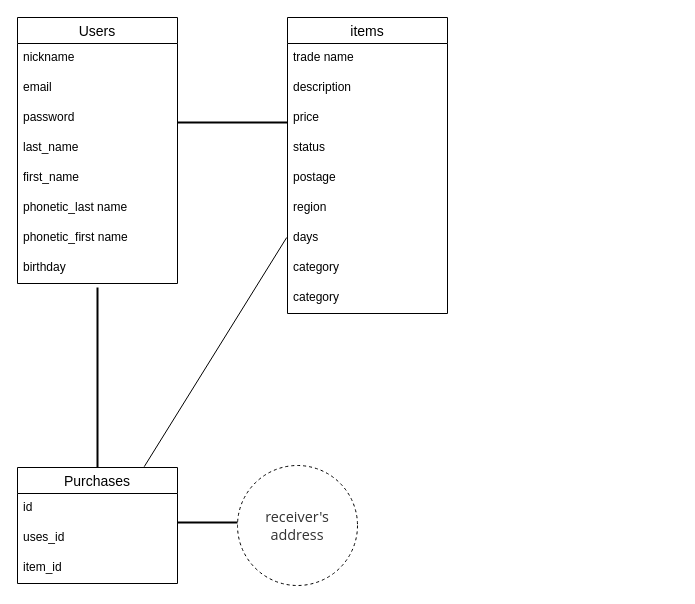
This is ER.dio from dayan73/furima-39820, a draw.io file, before an edit. Source tidied: cells renumbered, new cells numbered last; positions are measured from the earlier drawing's top-left corner, leaving out a move shared by most shapes. Both pictures are drawn from the tidied source at 100%, with x=0, y=0 at pixel (17, 17).
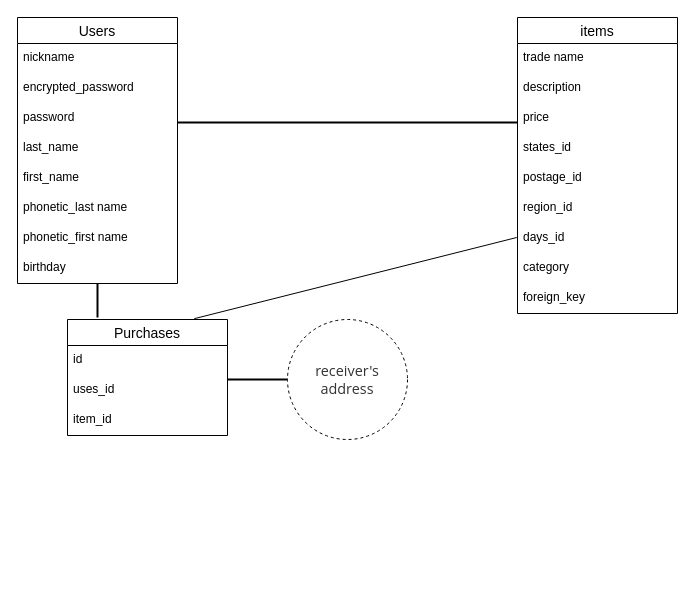
After the change.

The change refers to these unchanged cells:
```xml
<mxCell id="2" value="Users" style="swimlane;fontStyle=0;horizontal=1;startSize=26;align=center;fontSize=14;" parent="1" vertex="1">
  <mxGeometry width="160" height="266" as="geometry" />
</mxCell>
```

What changed in the source:
```diff
@@
-    <mxCell id="4" value="email&#10;" style="text;strokeColor=none;fillColor=none;spacingLeft=4;spacingRight=4;overflow=hidden;fontSize=12;" parent="2" vertex="1">
+    <mxCell id="4" value="encrypted_password" style="text;strokeColor=none;fillColor=none;spacingLeft=4;spacingRight=4;overflow=hidden;fontSize=12;" parent="2" vertex="1">
       <mxGeometry y="56" width="160" height="30" as="geometry" />
     </mxCell>
@@
     <mxCell id="11" value="items" style="swimlane;fontStyle=0;horizontal=1;startSize=26;align=center;fontSize=14;" parent="1" vertex="1">
-      <mxGeometry x="270" width="160" height="296" as="geometry" />
+      <mxGeometry x="500" width="160" height="296" as="geometry" />
     </mxCell>
@@
-    <mxCell id="15" value="status" style="text;strokeColor=none;fillColor=none;spacingLeft=4;spacingRight=4;overflow=hidden;fontSize=12;" parent="11" vertex="1">
+    <mxCell id="15" value="states_id" style="text;strokeColor=none;fillColor=none;spacingLeft=4;spacingRight=4;overflow=hidden;fontSize=12;" parent="11" vertex="1">
       <mxGeometry y="116" width="160" height="30" as="geometry" />
     </mxCell>
-    <mxCell id="16" value="postage  " style="text;strokeColor=none;fillColor=none;spacingLeft=4;spacingRight=4;overflow=hidden;fontSize=12;" parent="11" vertex="1">
+    <mxCell id="16" value="postage_id" style="text;strokeColor=none;fillColor=none;spacingLeft=4;spacingRight=4;overflow=hidden;fontSize=12;" parent="11" vertex="1">
       <mxGeometry y="146" width="160" height="30" as="geometry" />
     </mxCell>
-    <mxCell id="17" value="region" style="text;strokeColor=none;fillColor=none;spacingLeft=4;spacingRight=4;overflow=hidden;fontSize=12;" parent="11" vertex="1">
+    <mxCell id="17" value="region_id" style="text;strokeColor=none;fillColor=none;spacingLeft=4;spacingRight=4;overflow=hidden;fontSize=12;" parent="11" vertex="1">
       <mxGeometry y="176" width="160" height="30" as="geometry" />
     </mxCell>
-    <mxCell id="18" value="days" style="text;strokeColor=none;fillColor=none;spacingLeft=4;spacingRight=4;overflow=hidden;points=[[0,0.5],[1,0.5]];portConstraint=eastwest;fontSize=12;" parent="11" vertex="1">
+    <mxCell id="18" value="days_id            " style="text;strokeColor=none;fillColor=none;spacingLeft=4;spacingRight=4;overflow=hidden;points=[[0,0.5],[1,0.5]];portConstraint=eastwest;fontSize=12;" parent="11" vertex="1">
       <mxGeometry y="206" width="160" height="30" as="geometry" />
     </mxCell>
-    <mxCell id="19" value="category" style="text;strokeColor=none;fillColor=none;spacingLeft=4;spacingRight=4;overflow=hidden;fontSize=12;" parent="11" vertex="1">
+    <mxCell id="19" value="category           " style="text;strokeColor=none;fillColor=none;spacingLeft=4;spacingRight=4;overflow=hidden;fontSize=12;" parent="11" vertex="1">
       <mxGeometry y="236" width="160" height="30" as="geometry" />
     </mxCell>
-    <mxCell id="20" value="category" style="text;strokeColor=none;fillColor=none;spacingLeft=4;spacingRight=4;overflow=hidden;fontSize=12;" parent="11" vertex="1">
+    <mxCell id="20" value="foreign_key" style="text;strokeColor=none;fillColor=none;spacingLeft=4;spacingRight=4;overflow=hidden;fontSize=12;" parent="11" vertex="1">
       <mxGeometry y="266" width="160" height="30" as="geometry" />
     </mxCell>
     <mxCell id="21" value="Purchases" style="swimlane;fontStyle=0;horizontal=1;startSize=26;align=center;fontSize=14;" parent="1" vertex="1">
-      <mxGeometry y="450" width="160" height="116" as="geometry" />
+      <mxGeometry x="50" y="302" width="160" height="116" as="geometry" />
     </mxCell>
@@
     <mxCell id="25" value="&lt;span style=&quot;color: rgb(51, 51, 51); font-family: &amp;quot;Open Sans&amp;quot;, &amp;quot;Eikaiwa Icons&amp;quot;, &amp;quot;Noto Sans JP&amp;quot;, &amp;quot;ヒラギノ角ゴ ProN&amp;quot;, &amp;quot;Hiragino Kaku Gothic ProN&amp;quot;, メイリオ, Meiryo, sans-serif; font-size: 14.4px; text-align: start; background-color: rgb(255, 255, 255);&quot;&gt;receiver's address&lt;/span&gt;" style="ellipse;whiteSpace=wrap;html=1;align=center;dashed=1;" parent="1" vertex="1">
-      <mxGeometry x="220" y="448" width="120" height="120" as="geometry" />
+      <mxGeometry x="270" y="302" width="120" height="120" as="geometry" />
     </mxCell>
     <mxCell id="26" style="line;strokeWidth=2;html=1;" parent="1" vertex="1">
-      <mxGeometry x="160" y="100" width="110" height="10" as="geometry" />
+      <mxGeometry x="160" y="100" width="340" height="10" as="geometry" />
     </mxCell>
     <mxCell id="27" style="line;strokeWidth=2;html=1;" parent="1" vertex="1">
-      <mxGeometry x="160" y="500" width="60" height="10" as="geometry" />
+      <mxGeometry x="210" y="357" width="60" height="10" as="geometry" />
     </mxCell>
@@
     <mxCell id="29" style="line;strokeWidth=2;direction=south;html=1;" parent="1" vertex="1">
-      <mxGeometry x="75" y="270" width="10" height="180" as="geometry" />
+      <mxGeometry x="75" y="266" width="10" height="34" as="geometry" />
     </mxCell>
```
